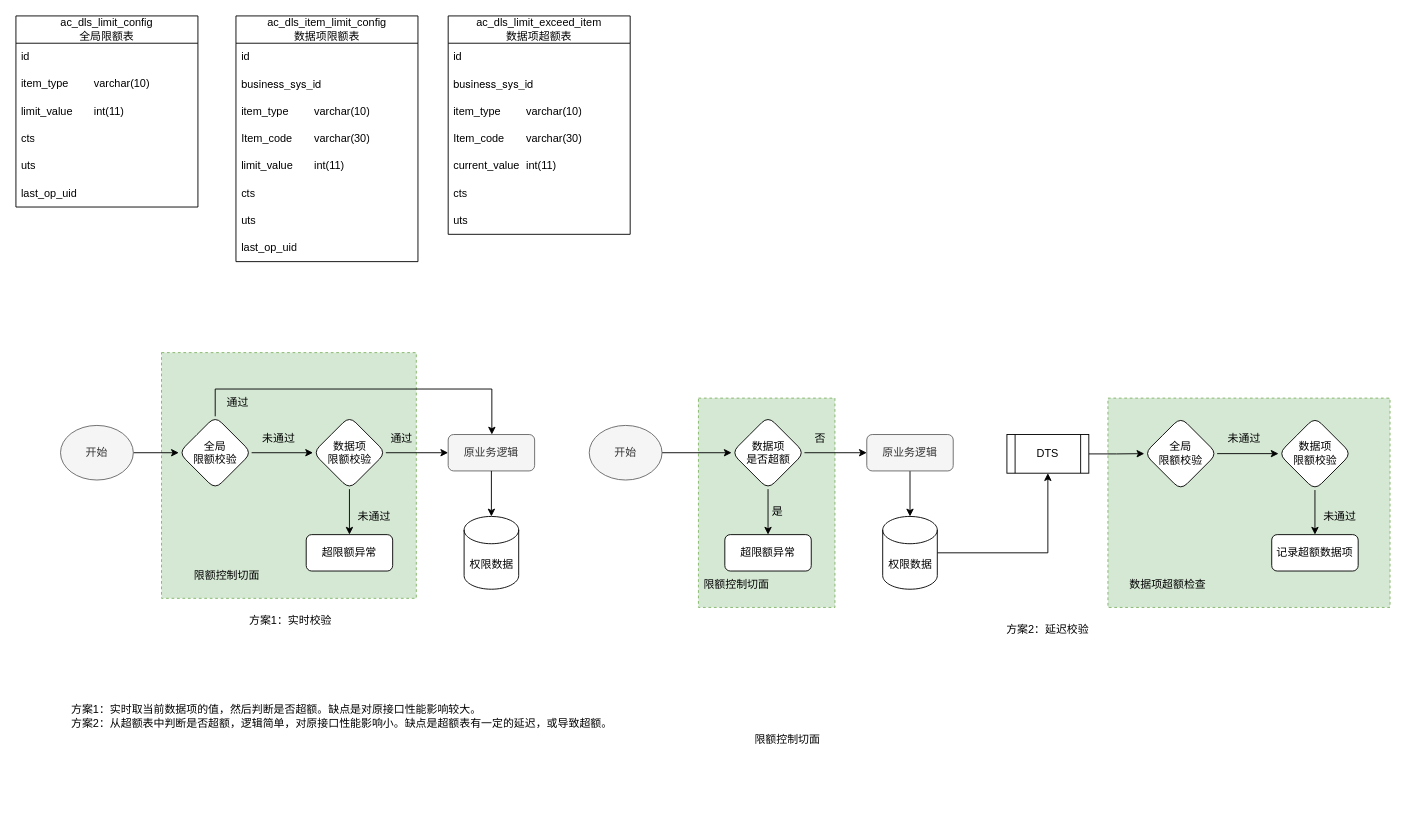
Before: 限额模块.drawio in yamilinqh/spicedb, a draw.io diagram. Source tidied: cells renumbered, new cells numbered last; positions are measured from the earlier drawing's top-left corner, leaving out a move shared by most shapes. Both pictures are drawn from the tidied source at 91%, with x=0, y=0 at pixel (15, 15).
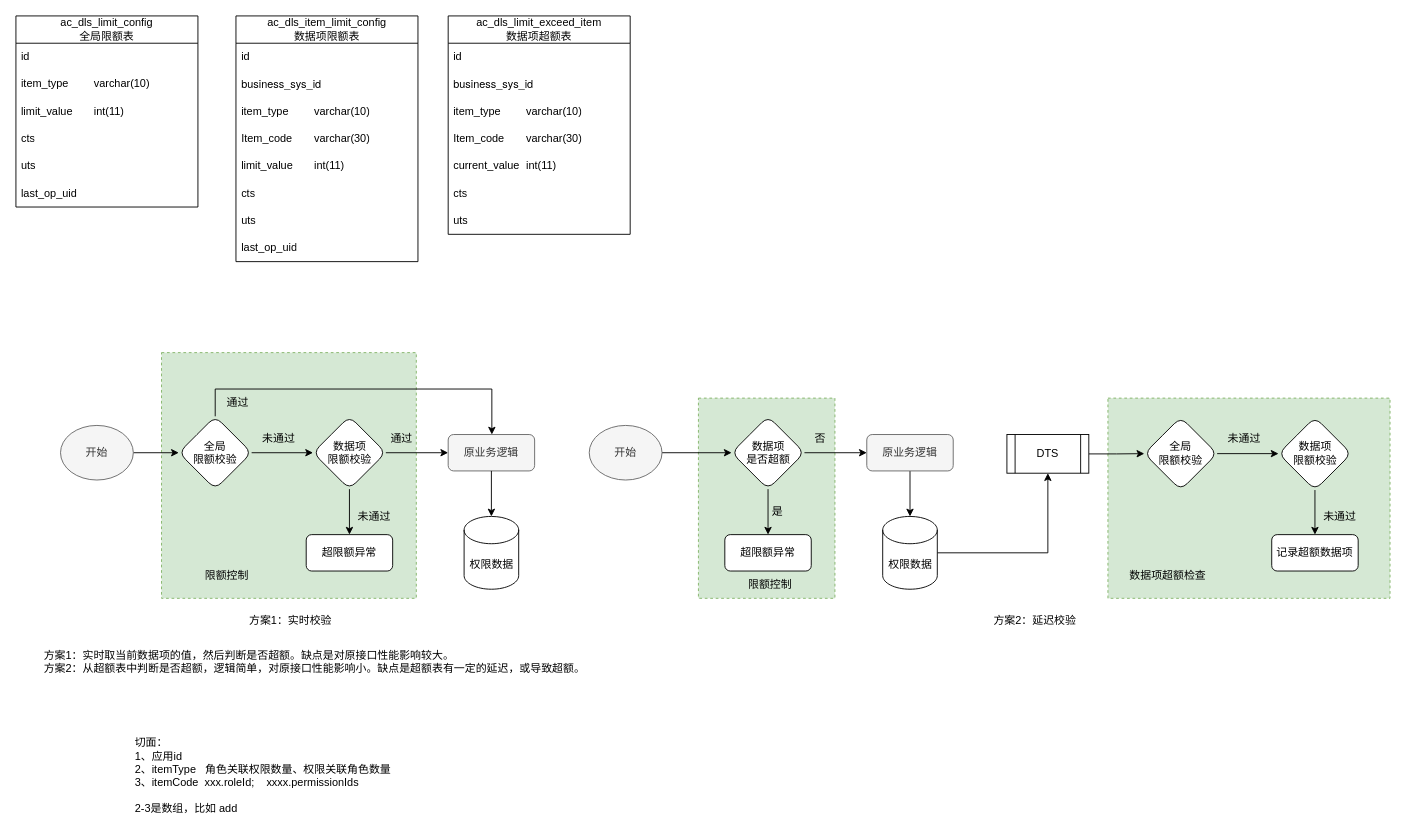
After the change.

Change to the diagram source:
```diff
@@
     <mxCell id="2" style="rounded=0;whiteSpace=wrap;html=1;dashed=1;fillColor=#d5e8d4;strokeColor=#82b366;" parent="1" vertex="1">
-      <mxGeometry x="1200" y="420" width="310" height="230" as="geometry" />
+      <mxGeometry x="1200" y="420" width="310" height="220" as="geometry" />
     </mxCell>
@@
-    <mxCell id="34" value="限额控制切面" style="text;html=1;align=center;verticalAlign=middle;whiteSpace=wrap;rounded=0;" parent="1" vertex="1">
+    <mxCell id="34" value="限额控制" style="text;html=1;align=center;verticalAlign=middle;whiteSpace=wrap;rounded=0;" parent="1" vertex="1">
       <mxGeometry x="190" y="600" width="83.5" height="30" as="geometry" />
     </mxCell>
@@
     <mxCell id="43" style="rounded=0;whiteSpace=wrap;html=1;dashed=1;fillColor=#d5e8d4;strokeColor=#82b366;" parent="1" vertex="1">
-      <mxGeometry x="750" y="420" width="150" height="230" as="geometry" />
+      <mxGeometry x="750" y="420" width="150" height="220" as="geometry" />
     </mxCell>
@@
-    <mxCell id="54" value="限额控制切面" style="text;html=1;align=center;verticalAlign=middle;whiteSpace=wrap;rounded=0;" parent="1" vertex="1">
-      <mxGeometry x="805.5" y="780" width="83.5" height="30" as="geometry" />
-    </mxCell>
@@
     <mxCell id="56" value="方案2：延迟校验" style="text;html=1;align=center;verticalAlign=middle;whiteSpace=wrap;rounded=0;" parent="1" vertex="1">
-      <mxGeometry x="1074" y="660" width="120" height="30" as="geometry" />
+      <mxGeometry x="1060" y="650" width="120" height="30" as="geometry" />
     </mxCell>
     <mxCell id="57" value="方案1：实时取当前数据项的值，然后判断是否超额。缺点是对原接口性能影响较大。&lt;br&gt;方案2：从超额表中判断是否超额，逻辑简单，对原接口性能影响小。缺点是超额表有一定的延迟，或导致超额。" style="text;html=1;align=left;verticalAlign=middle;whiteSpace=wrap;rounded=0;" parent="1" vertex="1">
-      <mxGeometry x="58.5" y="740" width="731" height="60" as="geometry" />
+      <mxGeometry x="28.5" y="680" width="611.5" height="60" as="geometry" />
     </mxCell>
@@
-    <mxCell id="62" value="限额控制切面" style="text;html=1;align=center;verticalAlign=middle;whiteSpace=wrap;rounded=0;" parent="1" vertex="1">
-      <mxGeometry x="750" y="610" width="83.5" height="30" as="geometry" />
+    <mxCell id="62" value="限额控制" style="text;html=1;align=center;verticalAlign=middle;whiteSpace=wrap;rounded=0;" parent="1" vertex="1">
+      <mxGeometry x="786.5" y="610" width="83.5" height="30" as="geometry" />
     </mxCell>
     <mxCell id="63" value="数据项超额检查" style="text;html=1;align=center;verticalAlign=middle;whiteSpace=wrap;rounded=0;" parent="1" vertex="1">
-      <mxGeometry x="1221" y="610" width="90" height="30" as="geometry" />
+      <mxGeometry x="1221" y="600" width="90" height="30" as="geometry" />
     </mxCell>
@@
+    <mxCell id="73" value="切面：&lt;br&gt;1、应用id&lt;br&gt;2、itemType&amp;nbsp; &amp;nbsp;角色关联权限数量、权限关联角色数量&lt;br&gt;3、itemCode&amp;nbsp; xxx.roleId;&amp;nbsp; &amp;nbsp; xxxx.permissionIds&lt;br&gt;&lt;br&gt;2-3是数组，比如 add" style="text;html=1;align=left;verticalAlign=middle;whiteSpace=wrap;rounded=0;" parent="1" vertex="1">
+      <mxGeometry x="129" y="790" width="611.5" height="90" as="geometry" />
+    </mxCell>
```
